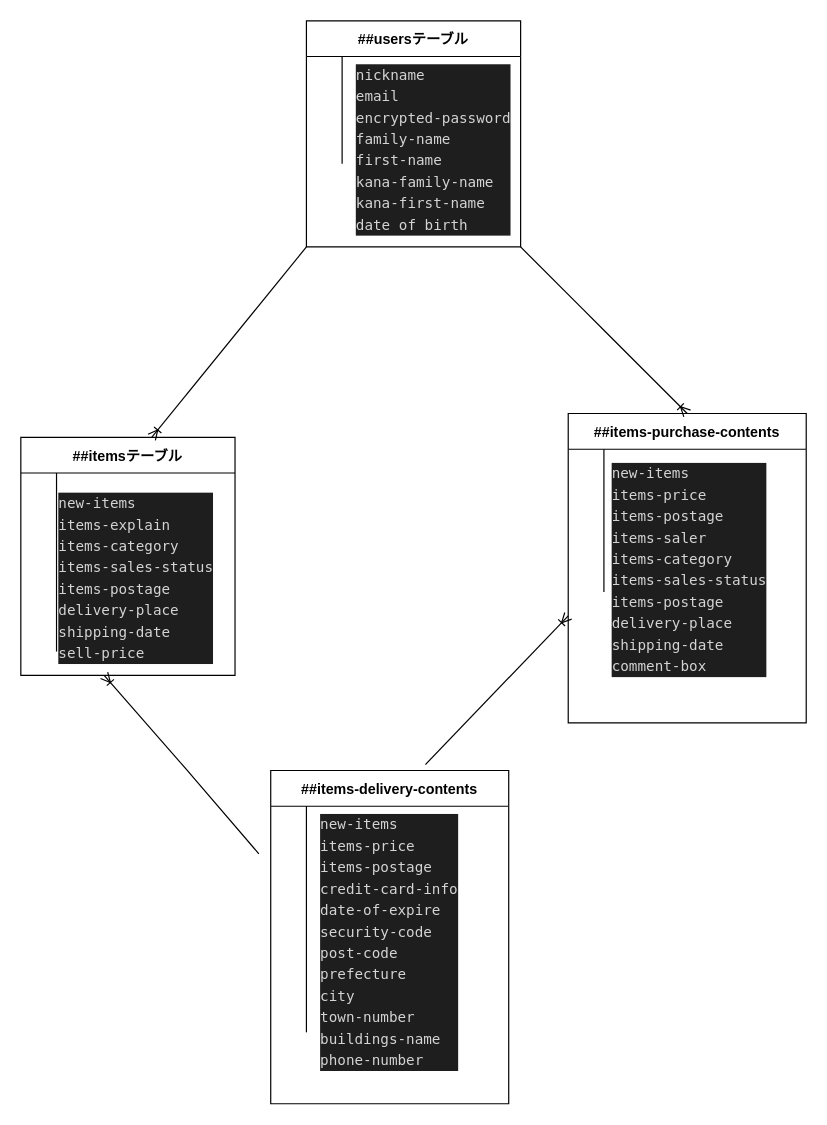
Before: test.dio in aimi-conforti/furima-36699, a draw.io diagram. Source tidied: cells renumbered, new cells numbered last; positions are measured from the earlier drawing's top-left corner, leaving out a move shared by most shapes. Both pictures are drawn from the tidied source at 119%, with x=0, y=0 at pixel (20, 20).
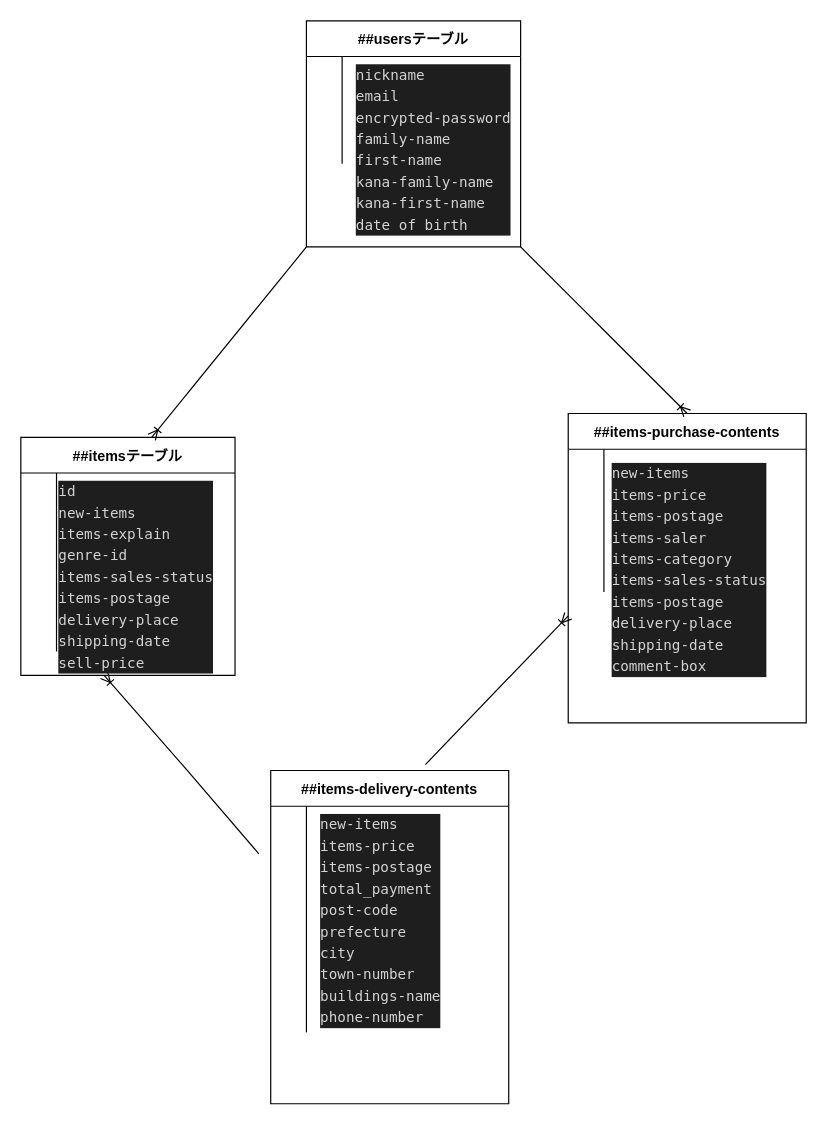
The same page after the edit.

Diff of the diagram source:
```diff
@@
-    <mxCell id="45" value="&lt;div style=&quot;color: rgb(212 , 212 , 212) ; background-color: rgb(30 , 30 , 30) ; font-family: &amp;#34;menlo&amp;#34; , &amp;#34;monaco&amp;#34; , &amp;#34;courier new&amp;#34; , monospace ; font-weight: normal ; font-size: 12px ; line-height: 18px&quot;&gt;&lt;div&gt;new-items&lt;br&gt;&lt;/div&gt;&lt;div&gt;&lt;span style=&quot;color: #d4d4d4&quot;&gt;items-explain&lt;/span&gt;&lt;/div&gt;&lt;div&gt;&lt;span style=&quot;color: #d4d4d4&quot;&gt;items-category&lt;/span&gt;&lt;/div&gt;&lt;div&gt;&lt;span style=&quot;color: #d4d4d4&quot;&gt;items-sales-status&lt;/span&gt;&lt;/div&gt;&lt;div&gt;&lt;span style=&quot;color: #d4d4d4&quot;&gt;items-postage&lt;/span&gt;&lt;/div&gt;&lt;div&gt;delivery-place&lt;/div&gt;&lt;div&gt;shipping-date&lt;/div&gt;&lt;div&gt;sell-price&lt;/div&gt;&lt;/div&gt;" style="text;whiteSpace=wrap;html=1;" parent="1" vertex="1">
-      <mxGeometry x="30" y="390" width="140" height="140" as="geometry" />
+    <mxCell id="45" value="&lt;div style=&quot;color: rgb(212 , 212 , 212) ; background-color: rgb(30 , 30 , 30) ; font-family: &amp;#34;menlo&amp;#34; , &amp;#34;monaco&amp;#34; , &amp;#34;courier new&amp;#34; , monospace ; font-weight: normal ; font-size: 12px ; line-height: 18px&quot;&gt;&lt;div&gt;id&lt;/div&gt;&lt;div&gt;new-items&lt;br&gt;&lt;/div&gt;&lt;div&gt;&lt;span style=&quot;color: #d4d4d4&quot;&gt;items-explain&lt;/span&gt;&lt;/div&gt;&lt;div&gt;genre-id&lt;/div&gt;&lt;div&gt;&lt;span style=&quot;color: #d4d4d4&quot;&gt;items-sales-status&lt;/span&gt;&lt;/div&gt;&lt;div&gt;&lt;span style=&quot;color: #d4d4d4&quot;&gt;items-postage&lt;/span&gt;&lt;/div&gt;&lt;div&gt;delivery-place&lt;/div&gt;&lt;div&gt;shipping-date&lt;/div&gt;&lt;div&gt;sell-price&lt;/div&gt;&lt;/div&gt;" style="text;whiteSpace=wrap;html=1;" parent="1" vertex="1">
+      <mxGeometry x="30" y="380" width="140" height="140" as="geometry" />
     </mxCell>
@@
-    <mxCell id="60" value="&lt;div style=&quot;color: rgb(212 , 212 , 212) ; background-color: rgb(30 , 30 , 30) ; font-family: &amp;#34;menlo&amp;#34; , &amp;#34;monaco&amp;#34; , &amp;#34;courier new&amp;#34; , monospace ; font-weight: normal ; font-size: 12px ; line-height: 18px&quot;&gt;&lt;div&gt;&lt;span style=&quot;color: #d4d4d4&quot;&gt;new-items&lt;/span&gt;&lt;/div&gt;&lt;div&gt;&lt;span style=&quot;color: #d4d4d4&quot;&gt;items-price&lt;/span&gt;&lt;/div&gt;&lt;div&gt;&lt;span style=&quot;color: #d4d4d4&quot;&gt;items-postage&lt;/span&gt;&lt;/div&gt;&lt;div&gt;&lt;span style=&quot;color: #d4d4d4&quot;&gt;credit-card-info&lt;/span&gt;&lt;/div&gt;&lt;div&gt;&lt;span style=&quot;color: #d4d4d4&quot;&gt;date-of-expire&lt;/span&gt;&lt;/div&gt;&lt;div&gt;&lt;span style=&quot;color: #d4d4d4&quot;&gt;security-code&lt;/span&gt;&lt;/div&gt;&lt;div&gt;&lt;span style=&quot;color: #d4d4d4&quot;&gt;post-code&lt;/span&gt;&lt;/div&gt;&lt;div&gt;&lt;span style=&quot;color: #d4d4d4&quot;&gt;prefecture&lt;/span&gt;&lt;/div&gt;&lt;div&gt;&lt;span style=&quot;color: #d4d4d4&quot;&gt;city&lt;/span&gt;&lt;/div&gt;&lt;div&gt;&lt;span style=&quot;color: #d4d4d4&quot;&gt;town-number&lt;/span&gt;&lt;/div&gt;&lt;div&gt;&lt;span style=&quot;color: #d4d4d4&quot;&gt;buildings-name&lt;/span&gt;&lt;/div&gt;&lt;div&gt;&lt;span style=&quot;color: #d4d4d4&quot;&gt;phone-number&lt;/span&gt;&lt;/div&gt;&lt;/div&gt;" style="text;whiteSpace=wrap;html=1;" parent="1" vertex="1">
+    <mxCell id="60" value="&lt;div style=&quot;color: rgb(212 , 212 , 212) ; background-color: rgb(30 , 30 , 30) ; font-family: &amp;#34;menlo&amp;#34; , &amp;#34;monaco&amp;#34; , &amp;#34;courier new&amp;#34; , monospace ; font-weight: normal ; font-size: 12px ; line-height: 18px&quot;&gt;&lt;div&gt;&lt;span style=&quot;color: #d4d4d4&quot;&gt;new-items&lt;/span&gt;&lt;/div&gt;&lt;div&gt;&lt;span style=&quot;color: #d4d4d4&quot;&gt;items-price&lt;/span&gt;&lt;/div&gt;&lt;div&gt;&lt;span style=&quot;color: #d4d4d4&quot;&gt;items-postage&lt;/span&gt;&lt;/div&gt;&lt;div&gt;total_payment&lt;/div&gt;&lt;div&gt;&lt;span style=&quot;color: #d4d4d4&quot;&gt;post-code&lt;/span&gt;&lt;/div&gt;&lt;div&gt;&lt;span style=&quot;color: #d4d4d4&quot;&gt;prefecture&lt;/span&gt;&lt;/div&gt;&lt;div&gt;&lt;span style=&quot;color: #d4d4d4&quot;&gt;city&lt;/span&gt;&lt;/div&gt;&lt;div&gt;&lt;span style=&quot;color: #d4d4d4&quot;&gt;town-number&lt;/span&gt;&lt;/div&gt;&lt;div&gt;&lt;span style=&quot;color: #d4d4d4&quot;&gt;buildings-name&lt;/span&gt;&lt;/div&gt;&lt;div&gt;&lt;span style=&quot;color: #d4d4d4&quot;&gt;phone-number&lt;/span&gt;&lt;/div&gt;&lt;/div&gt;" style="text;whiteSpace=wrap;html=1;" parent="1" vertex="1">
       <mxGeometry x="250" y="660" width="120" height="250" as="geometry" />
     </mxCell>
```
